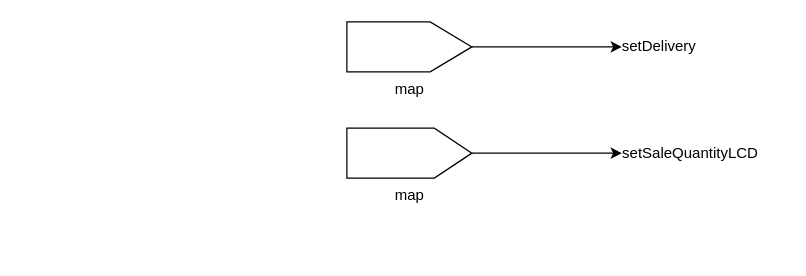
Before: AccumulatePlusPump.drawio in suzuki-taro-29/FRP-chap4-diagrams, a draw.io diagram. Source tidied: cells renumbered, new cells numbered last; positions are measured from the earlier drawing's top-left corner, leaving out a move shared by most shapes. Both pictures are drawn from the tidied source at 125%, with x=0, y=0 at pixel (346, 21).
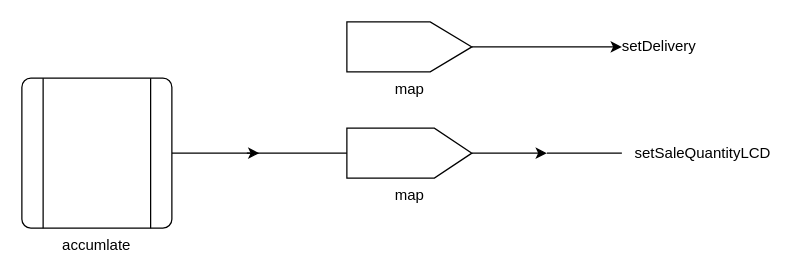
After the change.

Commit message (it also covers changes not shown here):
AccumulatePlusPump.drawio を更新します

Diff of the diagram source:
```diff
@@
 <mxGraphModel>
   <root>
     <mxCell id="0" />
     <mxCell id="1" parent="0" />
     <mxCell id="2" value="map" style="verticalLabelPosition=bottom;verticalAlign=top;html=1;shape=offPageConnector;rounded=0;size=0.3333333333333333;direction=north;" parent="1" vertex="1">
       <mxGeometry width="100" height="40" as="geometry" />
     </mxCell>
     <mxCell id="3" style="endArrow=classic;html=1;rounded=0;exitX=0.5;exitY=1;exitDx=0;exitDy=0;entryX=0;entryY=0.5;entryDx=0;entryDy=0;" parent="1" edge="1" source="2" target="4">
       <mxGeometry relative="1" as="geometry" />
     </mxCell>
     <mxCell id="4" value="setDelivery" style="text;html=1;align=center;verticalAlign=middle;whiteSpace=wrap;rounded=0;" parent="1" vertex="1">
       <mxGeometry x="220" y="5" width="60" height="30" as="geometry" />
     </mxCell>
     <mxCell id="5" value="map" style="verticalLabelPosition=bottom;verticalAlign=top;html=1;shape=offPageConnector;rounded=0;size=0.3;direction=north;" parent="1" vertex="1">
       <mxGeometry y="85" width="100" height="40" as="geometry" />
     </mxCell>
     <mxCell id="6" style="endArrow=classic;html=1;rounded=0;exitX=0.5;exitY=1;exitDx=0;exitDy=0;" parent="1" edge="1" source="5">
       <mxGeometry relative="1" as="geometry">
-        <mxPoint x="220" y="105" as="targetPoint" />
+        <mxPoint x="160" y="105" as="targetPoint" />
       </mxGeometry>
     </mxCell>
     <mxCell id="7" value="setSaleQuantityLCD" style="text;html=1;align=center;verticalAlign=middle;whiteSpace=wrap;rounded=0;" parent="1" vertex="1">
-      <mxGeometry x="220" y="90" width="110" height="30" as="geometry" />
+      <mxGeometry x="220" y="90" width="130" height="30" as="geometry" />
     </mxCell>
+    <mxCell id="8" style="endArrow=none;html=1;rounded=0;entryX=0;entryY=0.5;entryDx=0;entryDy=0;" parent="1" edge="1" target="7">
+      <mxGeometry relative="1" as="geometry">
+        <mxPoint x="160" y="105" as="sourcePoint" />
+      </mxGeometry>
+    </mxCell>
+    <mxCell id="9" style="edgeStyle=orthogonalEdgeStyle;rounded=0;jettySize=auto;html=1;exitX=1;exitY=0.5;exitDx=0;exitDy=0;" parent="1" edge="1" source="10">
+      <mxGeometry relative="1" as="geometry">
+        <mxPoint x="-70" y="105" as="targetPoint" />
+      </mxGeometry>
+    </mxCell>
+    <mxCell id="10" value="accumlate" style="verticalLabelPosition=bottom;verticalAlign=top;html=1;shape=process;whiteSpace=wrap;rounded=1;size=0.14;arcSize=6;" parent="1" vertex="1">
+      <mxGeometry x="-260" y="45" width="120" height="120" as="geometry" />
+    </mxCell>
+    <mxCell id="11" style="endArrow=none;html=1;rounded=0;exitX=0.5;exitY=0;exitDx=0;exitDy=0;" parent="1" edge="1" source="5">
+      <mxGeometry relative="1" as="geometry">
+        <mxPoint x="-80" y="105" as="targetPoint" />
+      </mxGeometry>
+    </mxCell>
   </root>
 </mxGraphModel>
```
